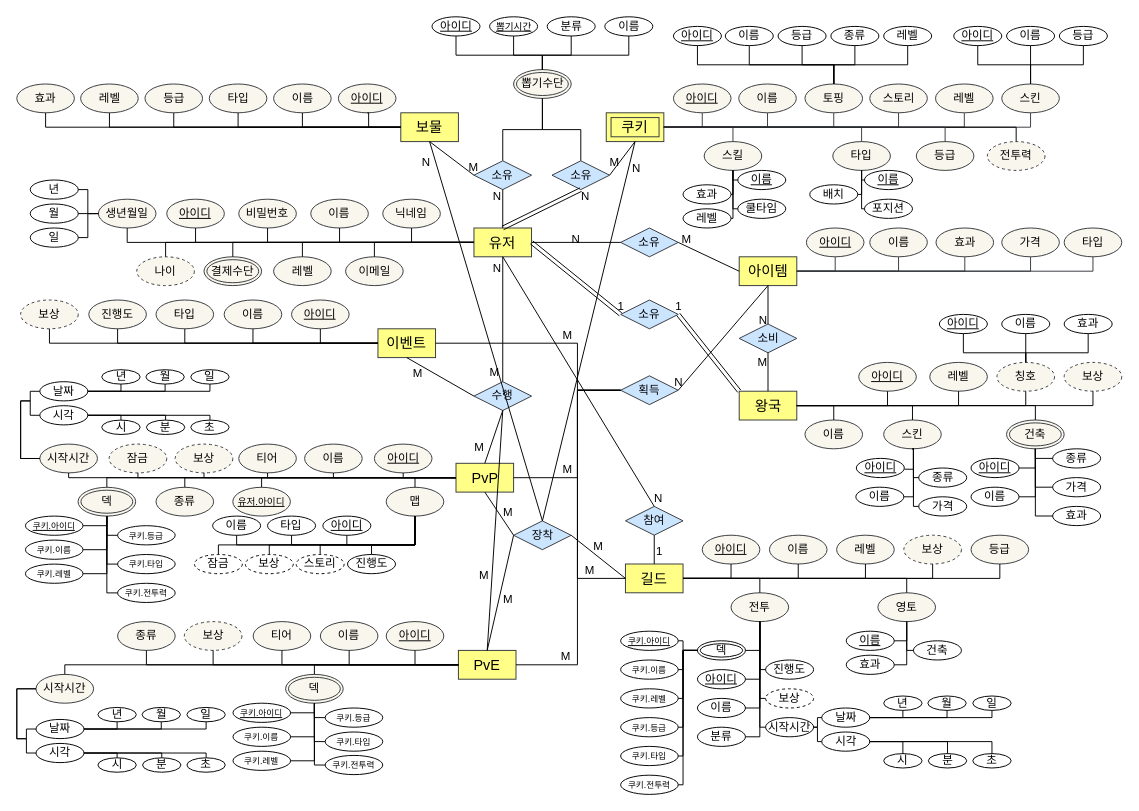
Before: page "페이지-2" (2 of 3) of 제목 없는 다이어그램.drawio in breeze234/web1, a draw.io diagram. Source tidied: cells renumbered, new cells numbered last; positions are measured from the earlier drawing's top-left corner, leaving out a move shared by most shapes. Both pictures are drawn from the tidied source at 96%, with x=0, y=0 at pixel (16, 16).
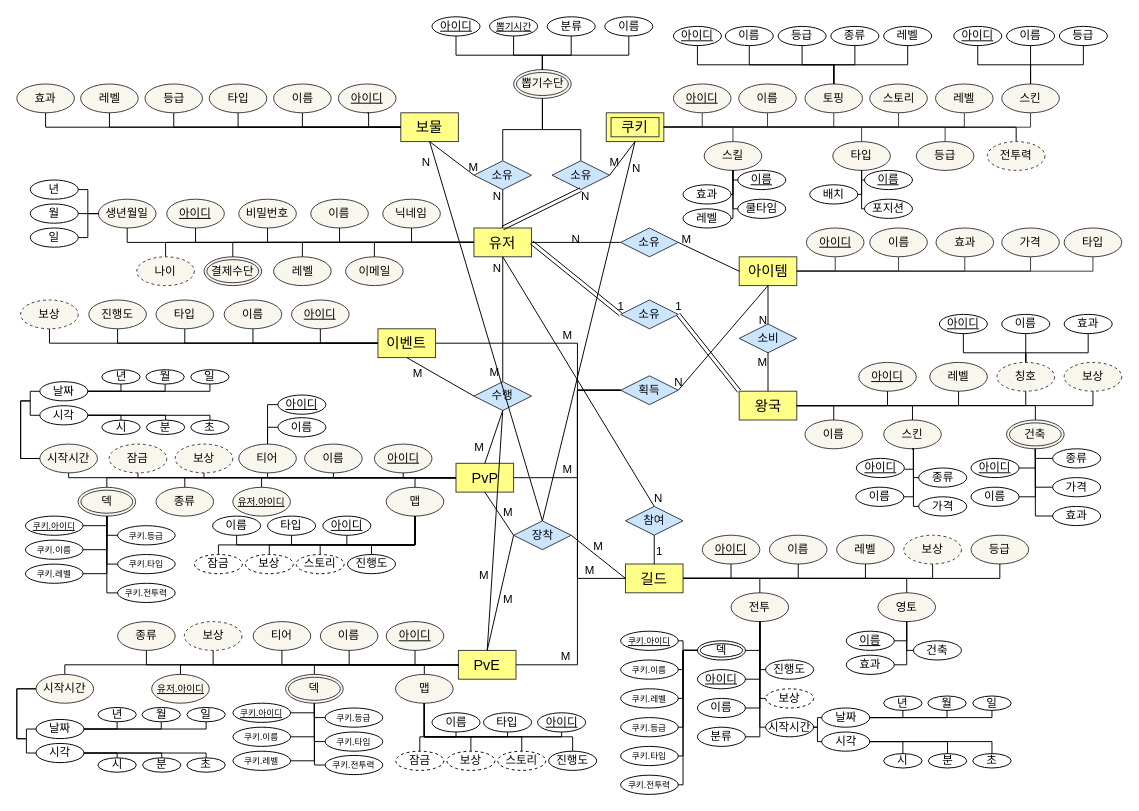
After the change.

Commit message:
제목 없는 다이어그램.drawio 업데이트

The change refers to these unchanged cells:
```xml
<mxCell id="248" value="티어" style="ellipse;whiteSpace=wrap;html=1;fillColor=#f9f7ed;strokeColor=#36393d;" parent="1" vertex="1">
  <mxGeometry x="231.2" y="445.1" width="60" height="30" as="geometry" />
</mxCell>
<mxCell id="326" value="&lt;font style=&quot;font-size: 15px;&quot;&gt;PvE&lt;/font&gt;" style="whiteSpace=wrap;html=1;align=center;fillColor=#ffff88;strokeColor=#36393d;" parent="1" vertex="1">
  <mxGeometry x="460" y="660" width="60" height="30" as="geometry" />
</mxCell>
```

Change to the diagram source:
```diff
@@
+    <mxCell id="394" value="&lt;u&gt;아이디&lt;/u&gt;" style="ellipse;whiteSpace=wrap;html=1;" parent="1" vertex="1">
+      <mxGeometry x="272" y="394" width="50" height="20" as="geometry" />
+    </mxCell>
+    <mxCell id="395" value="이름" style="ellipse;whiteSpace=wrap;html=1;" parent="1" vertex="1">
+      <mxGeometry x="272" y="417.6" width="50" height="20" as="geometry" />
+    </mxCell>
+    <mxCell id="396" style="endArrow=none;html=1;rounded=0;exitX=0.5;exitY=0;exitDx=0;exitDy=0;entryX=0;entryY=0.5;entryDx=0;entryDy=0;edgeStyle=orthogonalEdgeStyle;" parent="1" edge="1" source="248" target="394">
+      <mxGeometry relative="1" as="geometry" />
+    </mxCell>
+    <mxCell id="397" style="endArrow=none;html=1;rounded=0;exitX=0.5;exitY=0;exitDx=0;exitDy=0;entryX=0;entryY=0.5;entryDx=0;entryDy=0;edgeStyle=orthogonalEdgeStyle;" parent="1" edge="1" source="248" target="395">
+      <mxGeometry relative="1" as="geometry" />
+    </mxCell>
+    <mxCell id="398" value="맵" style="ellipse;whiteSpace=wrap;html=1;fillColor=#f9f7ed;strokeColor=#36393d;" parent="1" vertex="1">
+      <mxGeometry x="394.5" y="685" width="60" height="30" as="geometry" />
+    </mxCell>
+    <mxCell id="399" style="endArrow=none;html=1;rounded=0;exitX=0.5;exitY=0;exitDx=0;exitDy=0;entryX=0;entryY=0.5;entryDx=0;entryDy=0;edgeStyle=orthogonalEdgeStyle;" parent="1" edge="1" source="398" target="326">
+      <mxGeometry relative="1" as="geometry" />
+    </mxCell>
+    <mxCell id="400" value="&lt;u&gt;아이디&lt;/u&gt;" style="ellipse;whiteSpace=wrap;html=1;" parent="1" vertex="1">
+      <mxGeometry x="542.5" y="725" width="50" height="20" as="geometry" />
+    </mxCell>
+    <mxCell id="401" value="이름" style="ellipse;whiteSpace=wrap;html=1;" parent="1" vertex="1">
+      <mxGeometry x="432.5" y="725" width="50" height="20" as="geometry" />
+    </mxCell>
+    <mxCell id="402" value="타입" style="ellipse;whiteSpace=wrap;html=1;" parent="1" vertex="1">
+      <mxGeometry x="486.2" y="725" width="50" height="20" as="geometry" />
+    </mxCell>
+    <mxCell id="403" value="진행도" style="ellipse;whiteSpace=wrap;html=1;" parent="1" vertex="1">
+      <mxGeometry x="554" y="765" width="50" height="20" as="geometry" />
+    </mxCell>
+    <mxCell id="404" value="스토리" style="ellipse;whiteSpace=wrap;html=1;dashed=1;" parent="1" vertex="1">
+      <mxGeometry x="501" y="765" width="50" height="20" as="geometry" />
+    </mxCell>
+    <mxCell id="405" value="보상" style="ellipse;whiteSpace=wrap;html=1;dashed=1;" parent="1" vertex="1">
+      <mxGeometry x="448" y="765" width="50" height="20" as="geometry" />
+    </mxCell>
+    <mxCell id="406" value="잠금" style="ellipse;whiteSpace=wrap;html=1;dashed=1;" parent="1" vertex="1">
+      <mxGeometry x="394.8" y="765" width="50" height="20" as="geometry" />
+    </mxCell>
+    <mxCell id="407" style="endArrow=none;html=1;rounded=0;entryX=0.5;entryY=1;entryDx=0;entryDy=0;exitX=0.5;exitY=1;exitDx=0;exitDy=0;edgeStyle=orthogonalEdgeStyle;" parent="1" edge="1" source="402" target="398">
+      <mxGeometry relative="1" as="geometry">
+        <Array as="points">
+          <mxPoint x="511" y="750" />
+          <mxPoint x="425" y="750" />
+        </Array>
+      </mxGeometry>
+    </mxCell>
+    <mxCell id="408" style="endArrow=none;html=1;rounded=0;exitX=0.5;exitY=1;exitDx=0;exitDy=0;entryX=0.5;entryY=1;entryDx=0;entryDy=0;edgeStyle=orthogonalEdgeStyle;" parent="1" edge="1" source="398" target="401">
+      <mxGeometry relative="1" as="geometry">
+        <Array as="points">
+          <mxPoint x="425" y="750" />
+          <mxPoint x="458" y="750" />
+        </Array>
+      </mxGeometry>
+    </mxCell>
+    <mxCell id="409" style="endArrow=none;html=1;rounded=0;exitX=0.5;exitY=1;exitDx=0;exitDy=0;entryX=0.5;entryY=0;entryDx=0;entryDy=0;edgeStyle=orthogonalEdgeStyle;" parent="1" edge="1" source="398" target="406">
+      <mxGeometry relative="1" as="geometry">
+        <Array as="points">
+          <mxPoint x="425" y="750" />
+          <mxPoint x="420" y="750" />
+        </Array>
+      </mxGeometry>
+    </mxCell>
+    <mxCell id="410" style="endArrow=none;html=1;rounded=0;exitX=0.5;exitY=1;exitDx=0;exitDy=0;entryX=0.5;entryY=0;entryDx=0;entryDy=0;edgeStyle=orthogonalEdgeStyle;" parent="1" edge="1" source="398" target="405">
+      <mxGeometry relative="1" as="geometry">
+        <Array as="points">
+          <mxPoint x="425" y="750" />
+          <mxPoint x="473" y="750" />
+        </Array>
+      </mxGeometry>
+    </mxCell>
+    <mxCell id="411" style="endArrow=none;html=1;rounded=0;exitX=0.5;exitY=1;exitDx=0;exitDy=0;entryX=0.5;entryY=1;entryDx=0;entryDy=0;edgeStyle=orthogonalEdgeStyle;" parent="1" edge="1" source="398" target="400">
+      <mxGeometry relative="1" as="geometry">
+        <Array as="points">
+          <mxPoint x="425" y="750" />
+          <mxPoint x="568" y="750" />
+        </Array>
+      </mxGeometry>
+    </mxCell>
+    <mxCell id="412" style="endArrow=none;html=1;rounded=0;exitX=0.5;exitY=1;exitDx=0;exitDy=0;entryX=0.5;entryY=0;entryDx=0;entryDy=0;edgeStyle=orthogonalEdgeStyle;" parent="1" edge="1" source="398" target="404">
+      <mxGeometry relative="1" as="geometry">
+        <Array as="points">
+          <mxPoint x="425" y="750" />
+          <mxPoint x="526" y="750" />
+        </Array>
+      </mxGeometry>
+    </mxCell>
+    <mxCell id="413" style="endArrow=none;html=1;rounded=0;exitX=0.5;exitY=1;exitDx=0;exitDy=0;entryX=0.5;entryY=0;entryDx=0;entryDy=0;edgeStyle=orthogonalEdgeStyle;" parent="1" edge="1" source="398" target="403">
+      <mxGeometry relative="1" as="geometry">
+        <Array as="points">
+          <mxPoint x="425" y="750" />
+          <mxPoint x="579" y="750" />
+        </Array>
+      </mxGeometry>
+    </mxCell>
+    <mxCell id="414" value="&lt;u&gt;&lt;font style=&quot;font-size: 10px;&quot;&gt;유저.아이디&lt;/font&gt;&lt;/u&gt;" style="ellipse;whiteSpace=wrap;html=1;fillColor=#f9f7ed;strokeColor=#36393d;" parent="1" vertex="1">
+      <mxGeometry x="140.5" y="685" width="60" height="30" as="geometry" />
+    </mxCell>
+    <mxCell id="415" style="endArrow=none;html=1;rounded=0;exitX=0.5;exitY=0;exitDx=0;exitDy=0;entryX=0;entryY=0.5;entryDx=0;entryDy=0;edgeStyle=orthogonalEdgeStyle;" parent="1" edge="1" source="414" target="326">
+      <mxGeometry relative="1" as="geometry" />
+    </mxCell>
```
